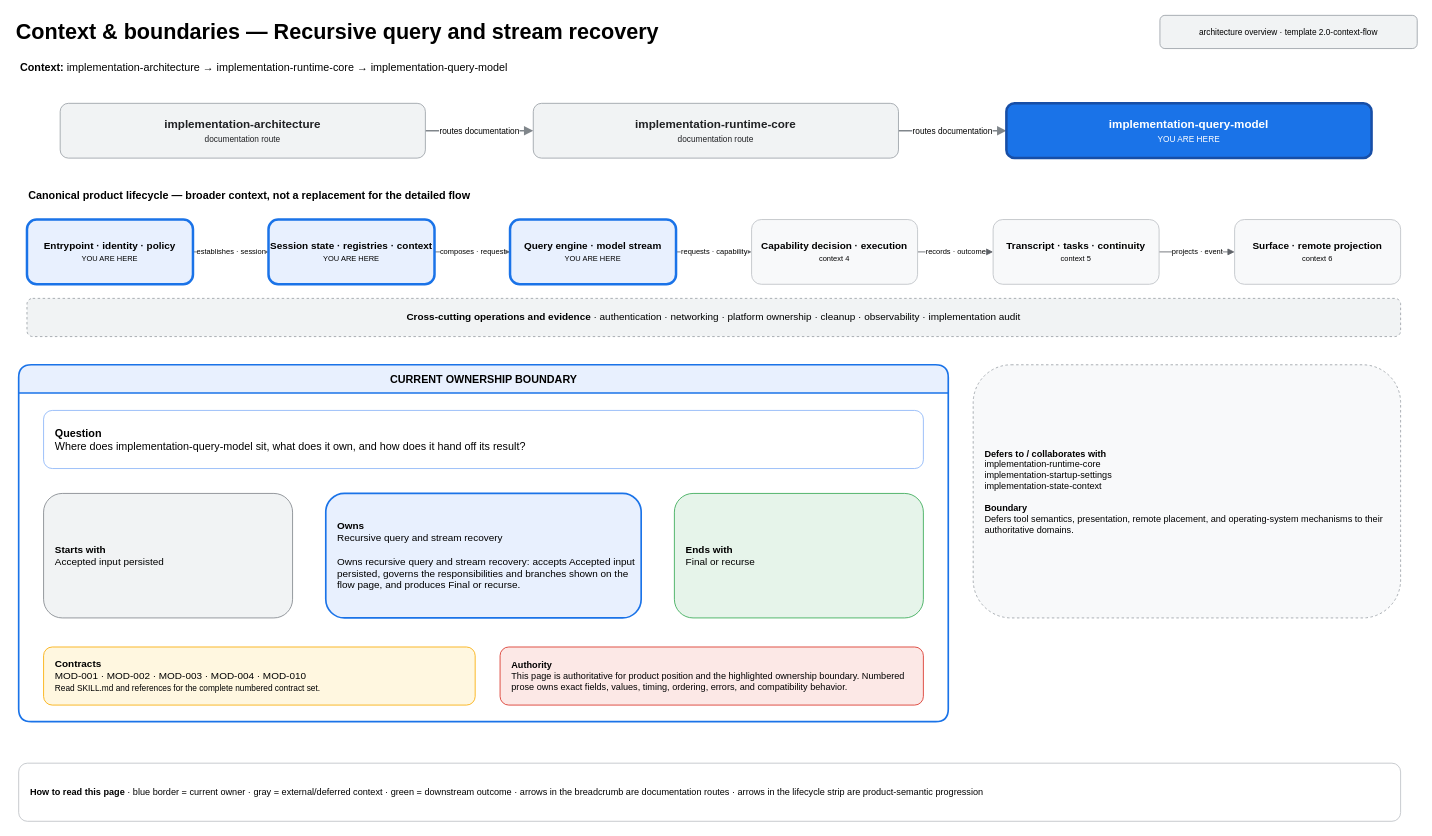
Before: page "01 — Context & Boundaries" (1 of 2) of .codex/skills/implementation-query-model/assets/architecture.drawio in greenpau/agentx, a draw.io diagram. Source tidied: cells renumbered, new cells numbered last; positions are measured from the earlier drawing's top-left corner, leaving out a move shared by most shapes. Both pictures are drawn from the tidied source at 83%, with x=0, y=0 at pixel (14, 14).
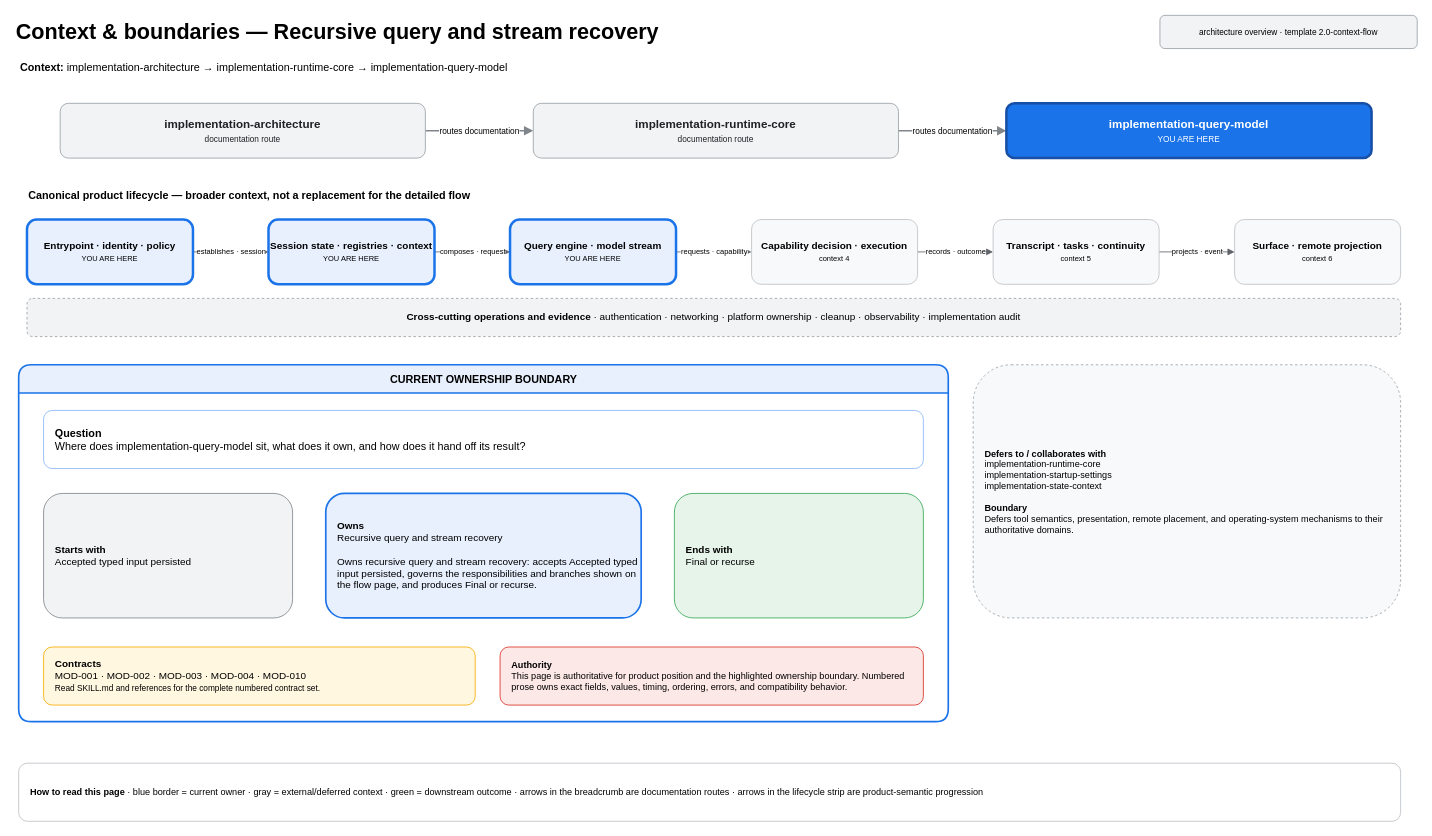
The same page after the edit.

Diff of the diagram source:
```diff
@@
-    <mxCell id="25" value="&lt;b&gt;Starts with&lt;/b&gt;&lt;br&gt;Accepted input persisted" style="rounded=1;whiteSpace=wrap;html=1;fillColor=#f1f3f4;strokeColor=#80868b;fontSize=12;align=left;spacingLeft=12;" parent="1" vertex="1">
+    <mxCell id="25" value="&lt;b&gt;Starts with&lt;/b&gt;&lt;br&gt;Accepted typed input persisted" style="rounded=1;whiteSpace=wrap;html=1;fillColor=#f1f3f4;strokeColor=#80868b;fontSize=12;align=left;spacingLeft=12;" parent="1" vertex="1">
       <mxGeometry x="35" y="577" width="300" height="150" as="geometry" />
     </mxCell>
-    <mxCell id="26" value="&lt;b&gt;Owns&lt;/b&gt;&lt;br&gt;Recursive query and stream recovery&lt;br&gt;&lt;br&gt;Owns recursive query and stream recovery: accepts Accepted input persisted, governs the responsibilities and branches shown on the flow page, and produces Final or recurse." style="rounded=1;whiteSpace=wrap;html=1;fillColor=#e8f0fe;strokeColor=#1a73e8;strokeWidth=2;fontSize=12;align=left;spacingLeft=12;" parent="1" vertex="1">
+    <mxCell id="26" value="&lt;b&gt;Owns&lt;/b&gt;&lt;br&gt;Recursive query and stream recovery&lt;br&gt;&lt;br&gt;Owns recursive query and stream recovery: accepts Accepted typed input persisted, governs the responsibilities and branches shown on the flow page, and produces Final or recurse." style="rounded=1;whiteSpace=wrap;html=1;fillColor=#e8f0fe;strokeColor=#1a73e8;strokeWidth=2;fontSize=12;align=left;spacingLeft=12;" parent="1" vertex="1">
       <mxGeometry x="375" y="577" width="380" height="150" as="geometry" />
     </mxCell>
```
